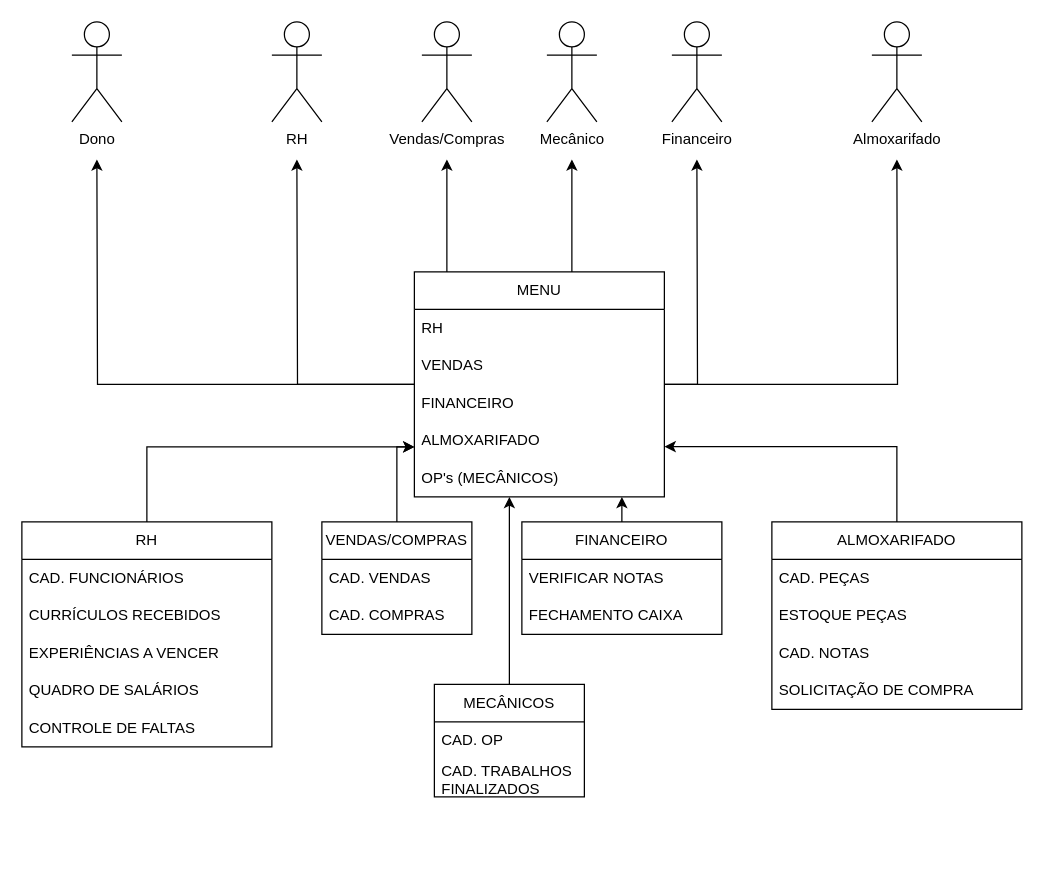
nandorainert/TCCProway keeps this draw.io diagram as TccProwayFerdinando.drawio. Above is the earlier version. Source tidied: cells renumbered, new cells numbered last; positions are measured from the earlier drawing's top-left corner, leaving out a move shared by most shapes. Both pictures are drawn from the tidied source at 125%, with x=0, y=0 at pixel (21, 21).
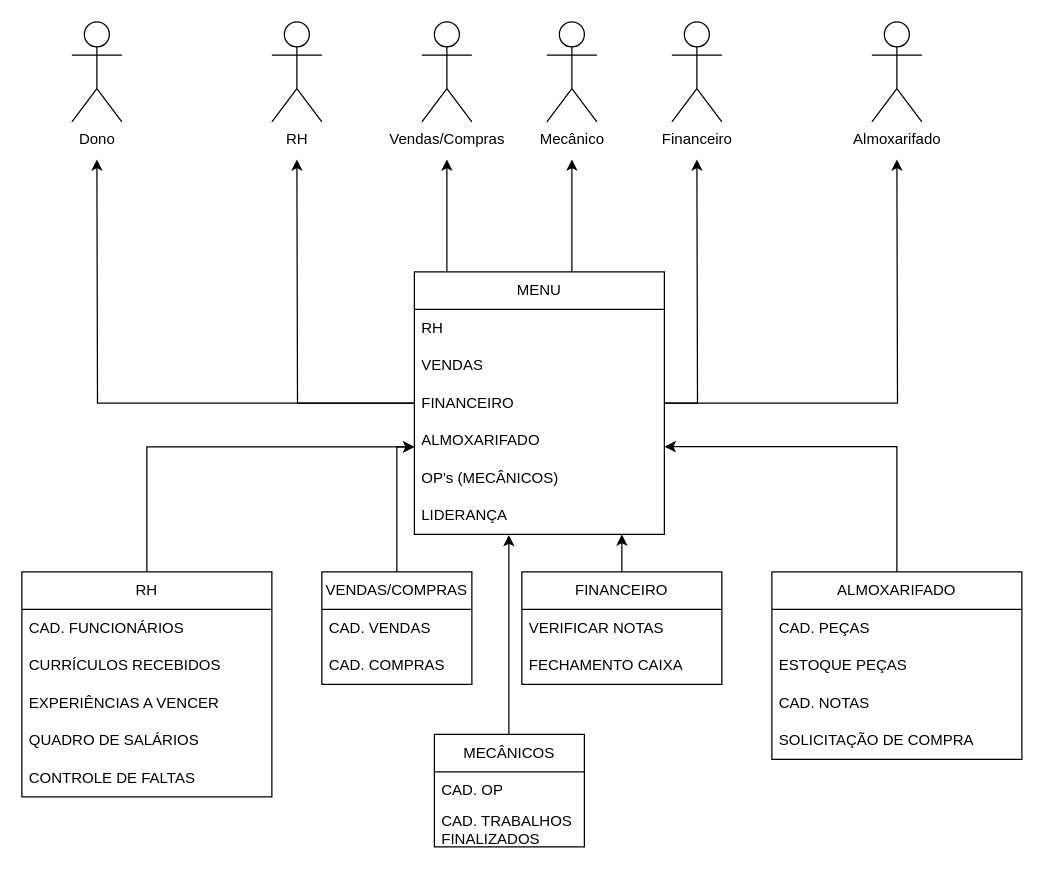
After the change.

Commit message:
Campo liderança menu.drawio

The change refers to these unchanged cells:
```xml
<mxCell id="17" value="OP's (MECÂNICOS)" style="text;strokeColor=none;fillColor=none;align=left;verticalAlign=middle;spacingLeft=4;spacingRight=4;overflow=hidden;points=[[0,0.5],[1,0.5]];portConstraint=eastwest;whiteSpace=wrap;html=1;" parent="12" vertex="1">
  <mxGeometry y="150" width="200" height="30" as="geometry" />
</mxCell>
```

What changed in the source:
```diff
@@
     <mxCell id="12" value="MENU" style="swimlane;fontStyle=0;horizontal=1;startSize=30;whiteSpace=wrap;html=1;" parent="1" vertex="1">
-      <mxGeometry x="314" y="200" width="200" height="180" as="geometry" />
+      <mxGeometry x="314" y="200" width="200" height="210" as="geometry" />
     </mxCell>
@@
+    <mxCell id="45" value="LIDERANÇA" style="text;strokeColor=none;fillColor=none;align=left;verticalAlign=middle;spacingLeft=4;spacingRight=4;overflow=hidden;points=[[0,0.5],[1,0.5]];portConstraint=eastwest;whiteSpace=wrap;html=1;" parent="12" vertex="1">
+      <mxGeometry y="180" width="200" height="30" as="geometry" />
+    </mxCell>
@@
     <mxCell id="20" value="RH" style="swimlane;fontStyle=0;horizontal=1;startSize=30;whiteSpace=wrap;html=1;" parent="1" vertex="1">
-      <mxGeometry y="400" width="200" height="180" as="geometry" />
+      <mxGeometry y="440" width="200" height="180" as="geometry" />
     </mxCell>
@@
     <mxCell id="27" value="VENDAS/COMPRAS" style="swimlane;fontStyle=0;horizontal=1;startSize=30;whiteSpace=wrap;html=1;" parent="1" vertex="1">
-      <mxGeometry x="240" y="400" width="120" height="90" as="geometry" />
+      <mxGeometry x="240" y="440" width="120" height="90" as="geometry" />
     </mxCell>
@@
     <mxCell id="30" value="FINANCEIRO" style="swimlane;fontStyle=0;horizontal=1;startSize=30;whiteSpace=wrap;html=1;" parent="1" vertex="1">
-      <mxGeometry x="400" y="400" width="160" height="90" as="geometry" />
+      <mxGeometry x="400" y="440" width="160" height="90" as="geometry" />
     </mxCell>
@@
     <mxCell id="33" value="ALMOXARIFADO" style="swimlane;fontStyle=0;horizontal=1;startSize=30;whiteSpace=wrap;html=1;" parent="1" vertex="1">
-      <mxGeometry x="600" y="400" width="200" height="150" as="geometry" />
+      <mxGeometry x="600" y="440" width="200" height="150" as="geometry" />
     </mxCell>
@@
-    <mxCell id="40" style="edgeStyle=orthogonalEdgeStyle;rounded=0;jettySize=auto;html=1;entryX=0.832;entryY=0.993;entryDx=0;entryDy=0;entryPerimeter=0;" parent="1" edge="1" source="30" target="17">
-      <mxGeometry relative="1" as="geometry" />
+    <mxCell id="40" style="edgeStyle=orthogonalEdgeStyle;rounded=0;jettySize=auto;html=1;" parent="1" edge="1" source="30">
+      <mxGeometry relative="1" as="geometry">
+        <mxPoint x="480" y="410" as="targetPoint" />
+      </mxGeometry>
     </mxCell>
     <mxCell id="41" value="MECÂNICOS" style="swimlane;fontStyle=0;horizontal=1;startSize=30;whiteSpace=wrap;html=1;" parent="1" vertex="1">
-      <mxGeometry x="330" y="530" width="120" height="90" as="geometry" />
+      <mxGeometry x="330" y="570" width="120" height="90" as="geometry" />
     </mxCell>
@@
-    <mxCell id="44" style="edgeStyle=orthogonalEdgeStyle;rounded=0;jettySize=auto;html=1;" parent="1" edge="1" source="41">
+    <mxCell id="44" style="edgeStyle=orthogonalEdgeStyle;rounded=0;jettySize=auto;html=1;entryX=0.378;entryY=1.017;entryDx=0;entryDy=0;entryPerimeter=0;" parent="1" edge="1" source="41" target="45">
       <mxGeometry relative="1" as="geometry">
-        <mxPoint x="390" y="380" as="targetPoint" />
         <Array as="points">
-          <mxPoint x="390" y="380" />
+          <mxPoint x="390" y="410" />
         </Array>
       </mxGeometry>
     </mxCell>
```
